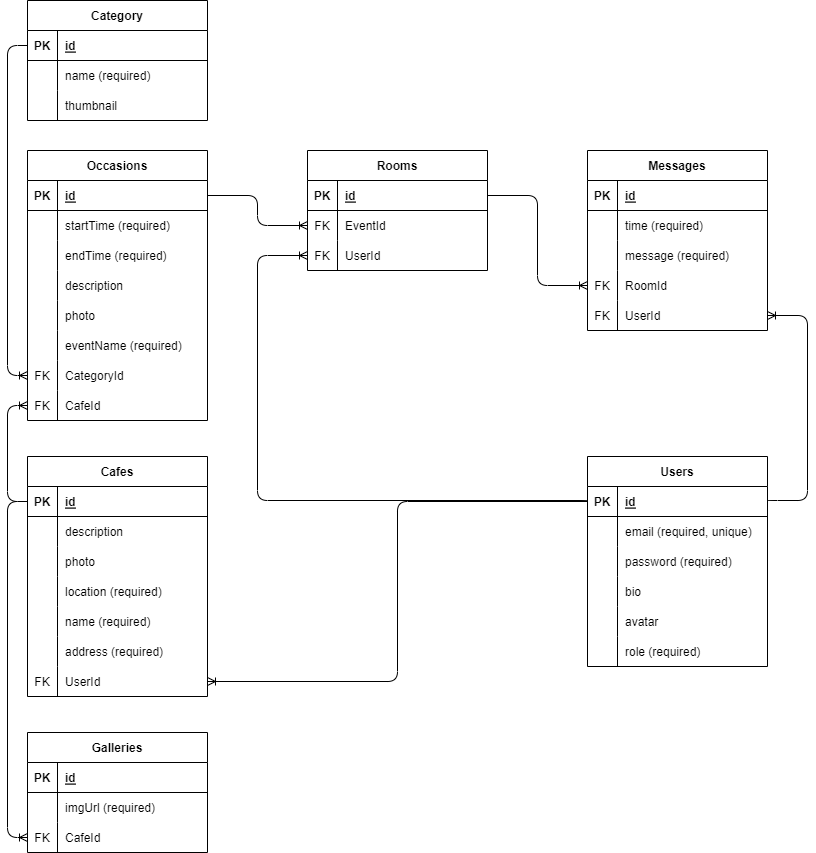
Earlier version of the draw.io export schema.drawio.png (Reconnect-Lithium/Back-End). Source tidied: cells renumbered, new cells last; positions are measured from the earlier drawing's top-left corner, leaving out a move shared by most shapes.
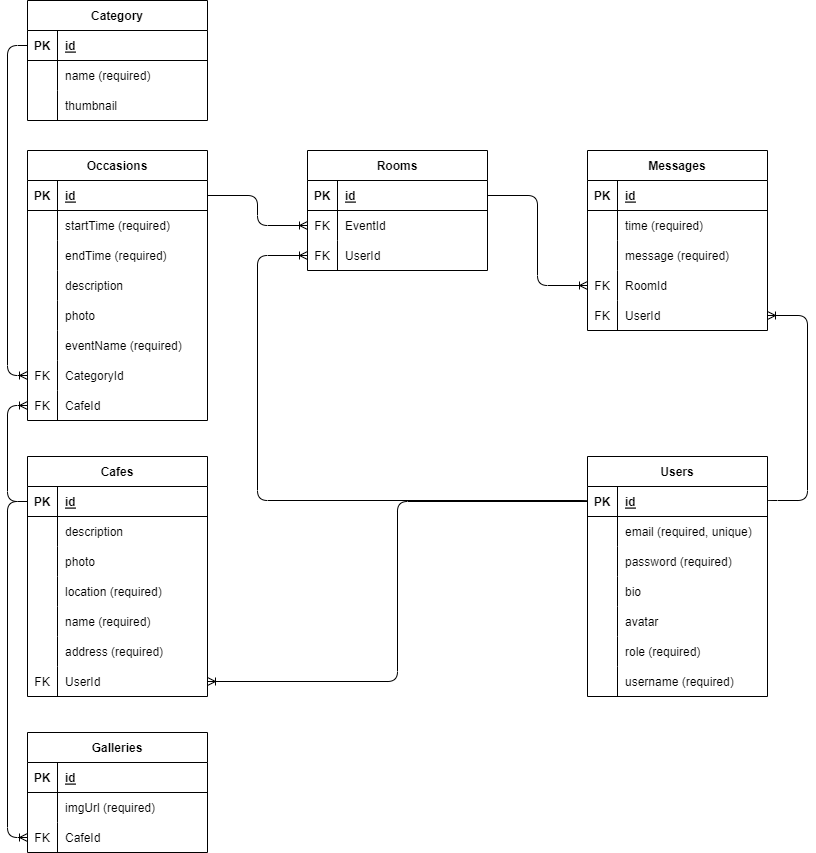
The same file after the commit.

What changed in the source:
```diff
@@ -108,7 +108,7 @@
       <mxGeometry x="30" width="150" height="30" as="geometry" />
     </mxCell>
     <mxCell id="37" value="Users" style="shape=table;startSize=30;rowLines=0;fontStyle=1;align=center;" parent="1" vertex="1">
-      <mxGeometry x="580" y="456" width="180" height="210" as="geometry" />
+      <mxGeometry x="580" y="456" width="180" height="240" as="geometry" />
     </mxCell>
     <mxCell id="38" style="shape=tableRow;horizontal=0;startSize=0;swimlaneHead=0;swimlaneBody=0;fillColor=none;points=[[0,0.5],[1,0.5]];portConstraint=eastwest;top=0;left=0;right=0;bottom=1;" parent="37" vertex="1">
       <mxGeometry y="30" width="180" height="30" as="geometry" />
@@ -164,6 +164,15 @@
     <mxCell id="55" value="role (required)" style="shape=partialRectangle;fillColor=none;top=0;left=0;bottom=0;right=0;align=left;spacingLeft=6;overflow=hidden;" parent="53" vertex="1">
       <mxGeometry x="30" width="150" height="30" as="geometry" />
     </mxCell>
+    <mxCell id="122" style="shape=tableRow;horizontal=0;startSize=0;swimlaneHead=0;swimlaneBody=0;fillColor=none;top=0;left=0;right=0;bottom=0;" parent="37" vertex="1">
+      <mxGeometry y="210" width="180" height="30" as="geometry" />
+    </mxCell>
+    <mxCell id="123" style="shape=partialRectangle;fillColor=none;top=0;left=0;bottom=0;right=0;overflow=hidden;" parent="122" vertex="1">
+      <mxGeometry width="30" height="30" as="geometry" />
+    </mxCell>
+    <mxCell id="124" value="username (required)" style="shape=partialRectangle;fillColor=none;top=0;left=0;bottom=0;right=0;align=left;spacingLeft=6;overflow=hidden;" parent="122" vertex="1">
+      <mxGeometry x="30" width="150" height="30" as="geometry" />
+    </mxCell>
     <mxCell id="56" value="Cafes" style="shape=table;startSize=30;rowLines=0;fontStyle=1;align=center;" parent="1" vertex="1">
       <mxGeometry x="20" y="456" width="180" height="240" as="geometry" />
     </mxCell>
```
